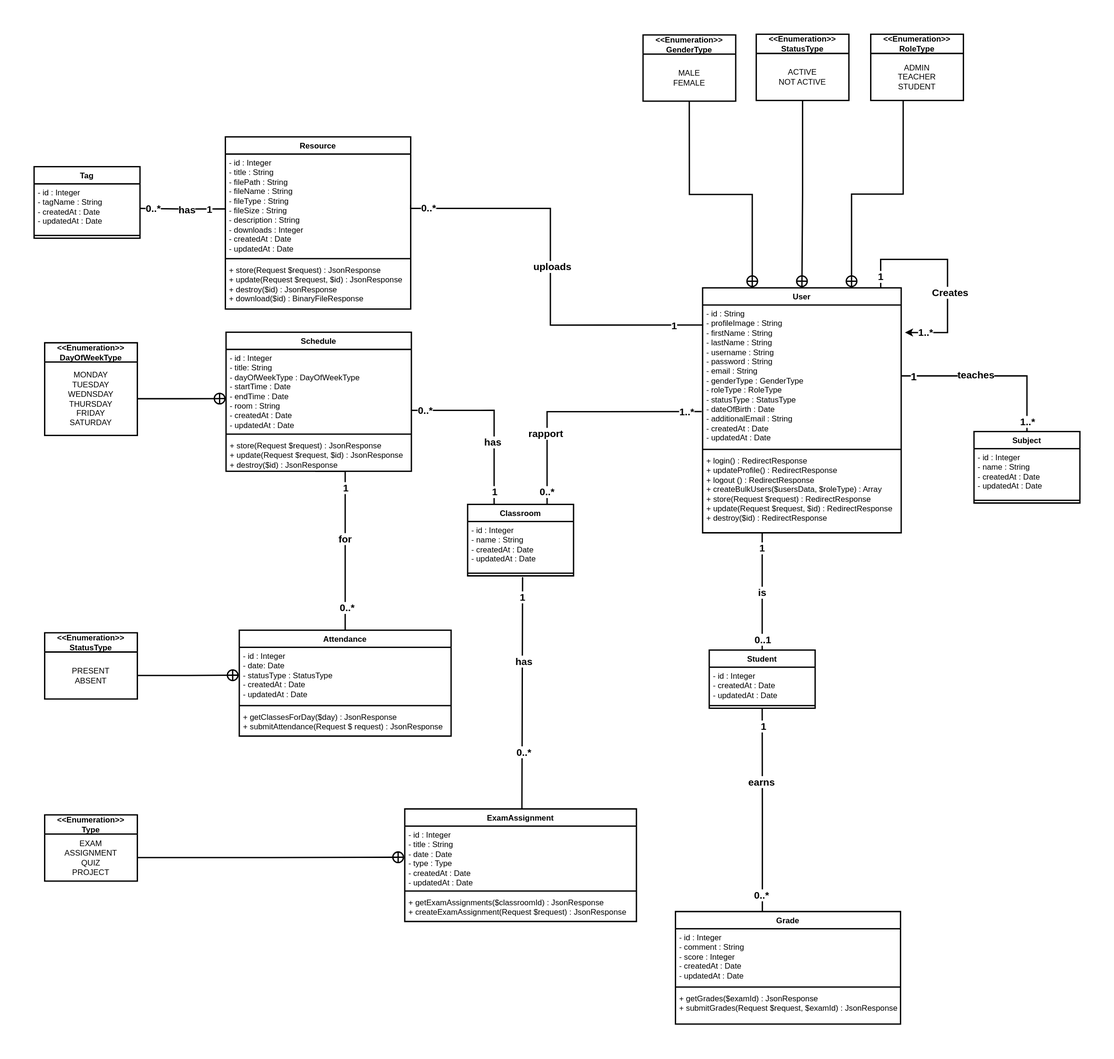
The draw.io diagram public/UML/Academix-UML-class-diagram.svg in Ibrahim-Nidam/Academix_Fil_Rouge, before a commit. Source tidied: cells renumbered, new cells last; positions are measured from the earlier drawing's top-left corner, leaving out a move shared by most shapes.
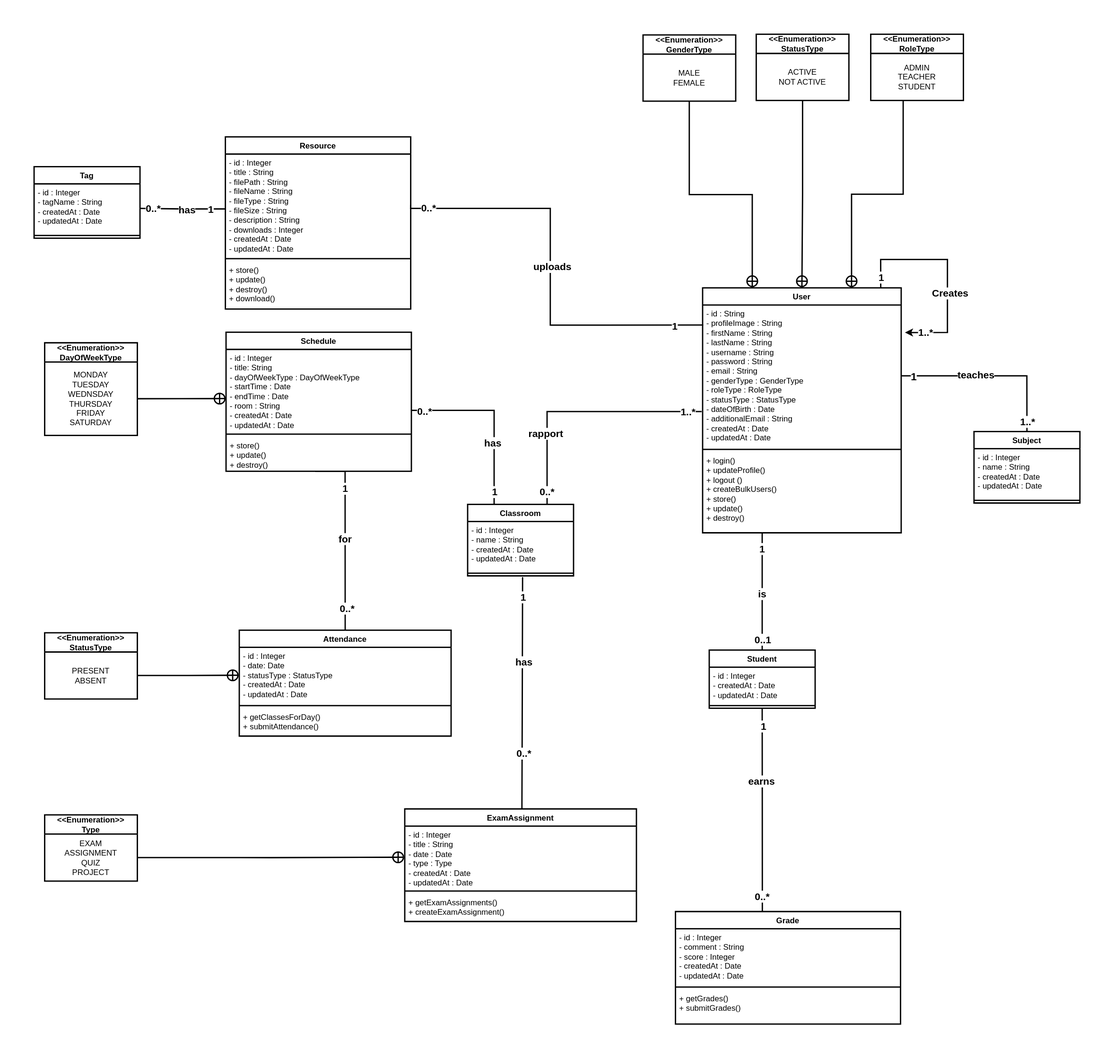
After the commit.

Change to the diagram source:
```diff
@@ -11,7 +11,7 @@
     <mxCell id="4" style="line;strokeWidth=2;fillColor=none;align=left;verticalAlign=middle;spacingTop=-1;spacingLeft=3;spacingRight=3;labelPosition=right;strokeColor=inherit;fontSize=12;" parent="2" vertex="1">
       <mxGeometry y="240" width="300" height="8" as="geometry" />
     </mxCell>
-    <mxCell id="5" value="+ login() : RedirectResponse&lt;div&gt;+ updateProfile() : RedirectResponse&lt;/div&gt;&lt;div&gt;+ logout () : RedirectResponse&lt;/div&gt;&lt;div&gt;+ createBulkUsers($usersData, $roleType) : Array&lt;/div&gt;&lt;div&gt;+ store(Request $request) : RedirectResponse&lt;/div&gt;&lt;div&gt;+ update(Request $request, $id) : RedirectResponse&lt;/div&gt;&lt;div&gt;+ destroy($id) : RedirectResponse&lt;/div&gt;" style="text;strokeColor=none;fillColor=none;align=left;verticalAlign=top;spacingLeft=4;spacingRight=4;overflow=hidden;points=[[0,0.5],[1,0.5]];portConstraint=eastwest;whiteSpace=wrap;html=1;strokeWidth=2;fontSize=12;" parent="2" vertex="1">
+    <mxCell id="5" value="+ login()&amp;nbsp;&lt;div&gt;&lt;span style=&quot;background-color: initial;&quot;&gt;+ updateProfile()&lt;/span&gt;&lt;div&gt;+ logout ()&lt;/div&gt;&lt;div&gt;+ createBulkUsers()&lt;/div&gt;&lt;div&gt;+ store()&lt;/div&gt;&lt;div&gt;+ update()&lt;/div&gt;&lt;div&gt;+ destroy()&lt;/div&gt;&lt;/div&gt;" style="text;strokeColor=none;fillColor=none;align=left;verticalAlign=top;spacingLeft=4;spacingRight=4;overflow=hidden;points=[[0,0.5],[1,0.5]];portConstraint=eastwest;whiteSpace=wrap;html=1;strokeWidth=2;fontSize=12;" parent="2" vertex="1">
       <mxGeometry y="248" width="300" height="122" as="geometry" />
     </mxCell>
     <mxCell id="6" style="edgeStyle=orthogonalEdgeStyle;rounded=0;jettySize=auto;html=1;exitX=0.897;exitY=0.001;exitDx=0;exitDy=0;entryX=1.019;entryY=0.194;entryDx=0;entryDy=0;entryPerimeter=0;exitPerimeter=0;strokeWidth=2;" parent="2" edge="1" source="2" target="3">
@@ -108,7 +108,7 @@
     <mxCell id="31" style="line;strokeWidth=2;fillColor=none;align=left;verticalAlign=middle;spacingTop=-1;spacingLeft=3;spacingRight=3;labelPosition=right;strokeColor=inherit;fontSize=12;" parent="29" vertex="1">
       <mxGeometry y="150" width="280" height="8" as="geometry" />
     </mxCell>
-    <mxCell id="32" value="+ store(Request $request) : JsonResponse&lt;div&gt;+ update(Request $request, $id) : JsonResponse&lt;/div&gt;&lt;div&gt;+ destroy($id) : JsonResponse&lt;/div&gt;" style="text;strokeColor=none;fillColor=none;align=left;verticalAlign=top;spacingLeft=4;spacingRight=4;overflow=hidden;whiteSpace=wrap;html=1;strokeWidth=2;fontSize=12;" parent="29" vertex="1">
+    <mxCell id="32" value="+ store()&lt;div&gt;+ update()&amp;nbsp;&lt;/div&gt;&lt;div&gt;+ destroy()&amp;nbsp;&lt;/div&gt;" style="text;strokeColor=none;fillColor=none;align=left;verticalAlign=top;spacingLeft=4;spacingRight=4;overflow=hidden;whiteSpace=wrap;html=1;strokeWidth=2;fontSize=12;" parent="29" vertex="1">
       <mxGeometry y="158" width="280" height="52" as="geometry" />
     </mxCell>
     <mxCell id="33" value="&amp;lt;&amp;lt;Enumeration&amp;gt;&amp;gt;&lt;div&gt;DayOfWeekType&lt;/div&gt;" style="swimlane;fontStyle=1;align=center;verticalAlign=middle;horizontal=1;startSize=29;html=1;whiteSpace=wrap;strokeWidth=2;fontSize=12;" parent="1" vertex="1">
@@ -129,7 +129,7 @@
     <mxCell id="38" style="line;strokeWidth=2;fillColor=none;align=left;verticalAlign=middle;spacingTop=-1;spacingLeft=3;spacingRight=3;labelPosition=right;strokeColor=inherit;fontSize=12;" parent="36" vertex="1">
       <mxGeometry y="110" width="320" height="8" as="geometry" />
     </mxCell>
-    <mxCell id="39" value="&lt;div&gt;+ getClassesForDay($day) : JsonResponse&lt;/div&gt;+ submitAttendance(Request $ request) : JsonResponse" style="text;strokeColor=none;fillColor=none;align=left;verticalAlign=top;spacingLeft=4;spacingRight=4;overflow=hidden;whiteSpace=wrap;html=1;strokeWidth=2;fontSize=12;" parent="36" vertex="1">
+    <mxCell id="39" value="&lt;div&gt;+ getClassesForDay()&lt;/div&gt;+ submitAttendance()" style="text;strokeColor=none;fillColor=none;align=left;verticalAlign=top;spacingLeft=4;spacingRight=4;overflow=hidden;whiteSpace=wrap;html=1;strokeWidth=2;fontSize=12;" parent="36" vertex="1">
       <mxGeometry y="118" width="320" height="42" as="geometry" />
     </mxCell>
     <mxCell id="40" value="&amp;lt;&amp;lt;Enumeration&amp;gt;&amp;gt;&lt;div&gt;StatusType&lt;/div&gt;" style="swimlane;fontStyle=1;align=center;verticalAlign=middle;horizontal=1;startSize=29;html=1;whiteSpace=wrap;strokeWidth=2;fontSize=12;" parent="1" vertex="1">
@@ -169,7 +169,7 @@
     <mxCell id="49" style="line;strokeWidth=2;fillColor=none;align=left;verticalAlign=middle;spacingTop=-1;spacingLeft=3;spacingRight=3;labelPosition=right;strokeColor=inherit;fontSize=12;" parent="47" vertex="1">
       <mxGeometry y="120" width="350" height="8" as="geometry" />
     </mxCell>
-    <mxCell id="50" value="+ getExamAssignments($classroomId) : JsonResponse&lt;div&gt;+ createExamAssignment(Request $request) : JsonResponse&lt;/div&gt;" style="text;strokeColor=none;fillColor=none;align=left;verticalAlign=top;spacingLeft=4;spacingRight=4;overflow=hidden;whiteSpace=wrap;html=1;strokeWidth=2;fontSize=12;" parent="47" vertex="1">
+    <mxCell id="50" value="+ getExamAssignments()&lt;div&gt;+ createExamAssignment()&amp;nbsp;&lt;/div&gt;" style="text;strokeColor=none;fillColor=none;align=left;verticalAlign=top;spacingLeft=4;spacingRight=4;overflow=hidden;whiteSpace=wrap;html=1;strokeWidth=2;fontSize=12;" parent="47" vertex="1">
       <mxGeometry y="128" width="350" height="42" as="geometry" />
     </mxCell>
     <mxCell id="51" value="&amp;lt;&amp;lt;Enumeration&amp;gt;&amp;gt;&lt;div&gt;Type&lt;/div&gt;" style="swimlane;fontStyle=1;align=center;verticalAlign=middle;horizontal=1;startSize=29;html=1;whiteSpace=wrap;strokeWidth=2;fontSize=12;" parent="1" vertex="1">
@@ -206,7 +206,7 @@
     <mxCell id="60" style="line;strokeWidth=2;fillColor=none;align=left;verticalAlign=middle;spacingTop=-1;spacingLeft=3;spacingRight=3;labelPosition=right;strokeColor=inherit;fontSize=12;" parent="58" vertex="1">
       <mxGeometry y="110" width="340" height="8" as="geometry" />
     </mxCell>
-    <mxCell id="61" value="+ getGrades($examId) : JsonResponse&lt;div&gt;+ submitGrades(Request $request, $examId) : JsonResponse&lt;/div&gt;" style="text;strokeColor=none;fillColor=none;align=left;verticalAlign=top;spacingLeft=4;spacingRight=4;overflow=hidden;whiteSpace=wrap;html=1;strokeWidth=2;fontSize=12;" parent="58" vertex="1">
+    <mxCell id="61" value="+ getGrades()&amp;nbsp;&lt;div&gt;+ submitGrades()&lt;/div&gt;" style="text;strokeColor=none;fillColor=none;align=left;verticalAlign=top;spacingLeft=4;spacingRight=4;overflow=hidden;whiteSpace=wrap;html=1;strokeWidth=2;fontSize=12;" parent="58" vertex="1">
       <mxGeometry y="118" width="340" height="52" as="geometry" />
     </mxCell>
     <mxCell id="62" value="Resource" style="swimlane;fontStyle=1;align=center;verticalAlign=top;horizontal=1;startSize=26;whiteSpace=wrap;html=1;strokeWidth=2;fontSize=12;" parent="1" vertex="1">
@@ -218,7 +218,7 @@
     <mxCell id="64" style="line;strokeWidth=2;fillColor=none;align=left;verticalAlign=middle;spacingTop=-1;spacingLeft=3;spacingRight=3;labelPosition=right;strokeColor=inherit;fontSize=12;" parent="62" vertex="1">
       <mxGeometry y="180" width="280" height="8" as="geometry" />
     </mxCell>
-    <mxCell id="65" value="+ store(Request $request) : JsonResponse&lt;div&gt;+ update(Request $request, $id) : JsonResponse&lt;/div&gt;&lt;div&gt;+ destroy($id) : JsonResponse&lt;/div&gt;&lt;div&gt;+ download($id) : BinaryFileResponse&lt;/div&gt;" style="text;strokeColor=none;fillColor=none;align=left;verticalAlign=top;spacingLeft=4;spacingRight=4;overflow=hidden;whiteSpace=wrap;html=1;strokeWidth=2;fontSize=12;" parent="62" vertex="1">
+    <mxCell id="65" value="+ store()&lt;div&gt;+ update()&amp;nbsp;&lt;/div&gt;&lt;div&gt;+ destroy()&lt;/div&gt;&lt;div&gt;+ download()&lt;/div&gt;" style="text;strokeColor=none;fillColor=none;align=left;verticalAlign=top;spacingLeft=4;spacingRight=4;overflow=hidden;whiteSpace=wrap;html=1;strokeWidth=2;fontSize=12;" parent="62" vertex="1">
       <mxGeometry y="188" width="280" height="72" as="geometry" />
     </mxCell>
     <mxCell id="66" value="Tag" style="swimlane;fontStyle=1;align=center;verticalAlign=top;horizontal=1;startSize=26;whiteSpace=wrap;html=1;strokeWidth=2;fontSize=12;" parent="1" vertex="1">
```
